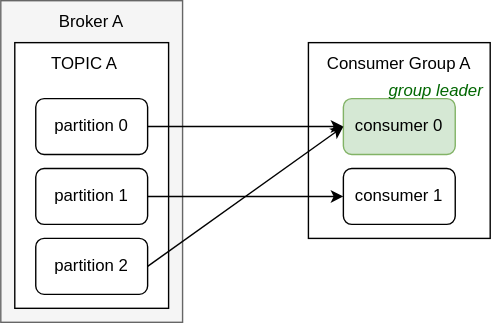
The draw.io diagram resource/8E/2BC882-483A-4878-8B45-23C239057272/partition3-consumer2.svg in johngrib/johngrib.github.io, before a commit. Source tidied: cells renumbered, new cells last; positions are measured from the earlier drawing's top-left corner, leaving out a move shared by most shapes. Its diagram source:
```xml
<mxGraphModel>
  <root>
    <mxCell id="0" />
    <mxCell id="1" parent="0" />
    <mxCell id="2" style="rounded=0;whiteSpace=wrap;html=1;fillColor=#f5f5f5;fontColor=#333333;strokeColor=#666666;" parent="1" vertex="1">
      <mxGeometry width="130" height="230" as="geometry" />
    </mxCell>
    <mxCell id="3" value="Broker A" style="text;html=1;align=center;verticalAlign=middle;whiteSpace=wrap;rounded=0;" parent="1" vertex="1">
      <mxGeometry x="35" width="60" height="30" as="geometry" />
    </mxCell>
    <mxCell id="4" style="whiteSpace=wrap;html=1;" parent="1" vertex="1">
      <mxGeometry x="220" y="30" width="130" height="140" as="geometry" />
    </mxCell>
    <mxCell id="5" style="whiteSpace=wrap;html=1;" parent="1" vertex="1">
      <mxGeometry x="10" y="30" width="110" height="190" as="geometry" />
    </mxCell>
    <mxCell id="6" value="TOPIC A" style="text;html=1;align=center;verticalAlign=middle;whiteSpace=wrap;rounded=0;" parent="1" vertex="1">
      <mxGeometry x="30" y="30" width="60" height="30" as="geometry" />
    </mxCell>
    <mxCell id="7" style="edgeStyle=orthogonalEdgeStyle;rounded=0;jettySize=auto;html=1;entryX=0;entryY=0.5;entryDx=0;entryDy=0;" parent="1" edge="1" source="8" target="10">
      <mxGeometry relative="1" as="geometry" />
    </mxCell>
    <mxCell id="8" value="partition 0" style="rounded=1;whiteSpace=wrap;html=1;" parent="1" vertex="1">
      <mxGeometry x="25" y="70" width="80" height="40" as="geometry" />
    </mxCell>
    <mxCell id="9" value="Consumer Group A" style="text;html=1;align=center;verticalAlign=middle;whiteSpace=wrap;rounded=0;" parent="1" vertex="1">
      <mxGeometry x="220" y="30" width="130" height="30" as="geometry" />
    </mxCell>
    <mxCell id="10" value="consumer 0" style="rounded=1;whiteSpace=wrap;html=1;fillColor=#d5e8d4;strokeColor=#82b366;" parent="1" vertex="1">
      <mxGeometry x="245" y="70" width="80" height="40" as="geometry" />
    </mxCell>
    <mxCell id="11" style="rounded=0;jettySize=auto;html=1;entryX=0;entryY=0.5;entryDx=0;entryDy=0;" parent="1" edge="1" source="12" target="13">
      <mxGeometry relative="1" as="geometry" />
    </mxCell>
    <mxCell id="12" value="partition 1" style="rounded=1;whiteSpace=wrap;html=1;" parent="1" vertex="1">
      <mxGeometry x="25" y="120" width="80" height="40" as="geometry" />
    </mxCell>
    <mxCell id="13" value="consumer 1" style="rounded=1;whiteSpace=wrap;html=1;" parent="1" vertex="1">
      <mxGeometry x="245" y="120" width="80" height="40" as="geometry" />
    </mxCell>
    <mxCell id="14" value="group leader" style="text;html=1;align=center;verticalAlign=middle;whiteSpace=wrap;rounded=0;fontColor=#006600;fontStyle=2;" parent="1" vertex="1">
      <mxGeometry x="273" y="50" width="77" height="30" as="geometry" />
    </mxCell>
    <mxCell id="15" style="rounded=0;jettySize=auto;html=1;entryX=0;entryY=0.5;entryDx=0;entryDy=0;exitX=1;exitY=0.5;exitDx=0;exitDy=0;" parent="1" edge="1" source="16" target="10">
      <mxGeometry relative="1" as="geometry" />
    </mxCell>
    <mxCell id="16" value="partition 2" style="rounded=1;whiteSpace=wrap;html=1;" parent="1" vertex="1">
      <mxGeometry x="25" y="170" width="80" height="40" as="geometry" />
    </mxCell>
  </root>
</mxGraphModel>
```
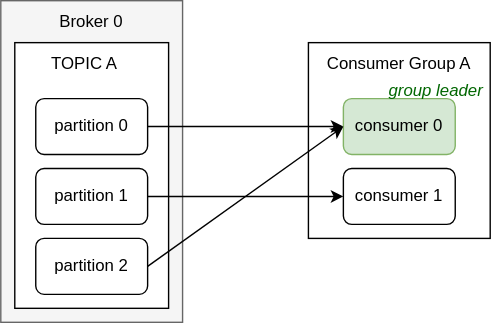
Later version of the same file.

What changed in the source:
```diff
@@ -5,7 +5,7 @@
     <mxCell id="2" style="rounded=0;whiteSpace=wrap;html=1;fillColor=#f5f5f5;fontColor=#333333;strokeColor=#666666;" parent="1" vertex="1">
       <mxGeometry width="130" height="230" as="geometry" />
     </mxCell>
-    <mxCell id="3" value="Broker A" style="text;html=1;align=center;verticalAlign=middle;whiteSpace=wrap;rounded=0;" parent="1" vertex="1">
+    <mxCell id="3" value="Broker 0" style="text;html=1;align=center;verticalAlign=middle;whiteSpace=wrap;rounded=0;" parent="1" vertex="1">
       <mxGeometry x="35" width="60" height="30" as="geometry" />
     </mxCell>
     <mxCell id="4" style="whiteSpace=wrap;html=1;" parent="1" vertex="1">
```
